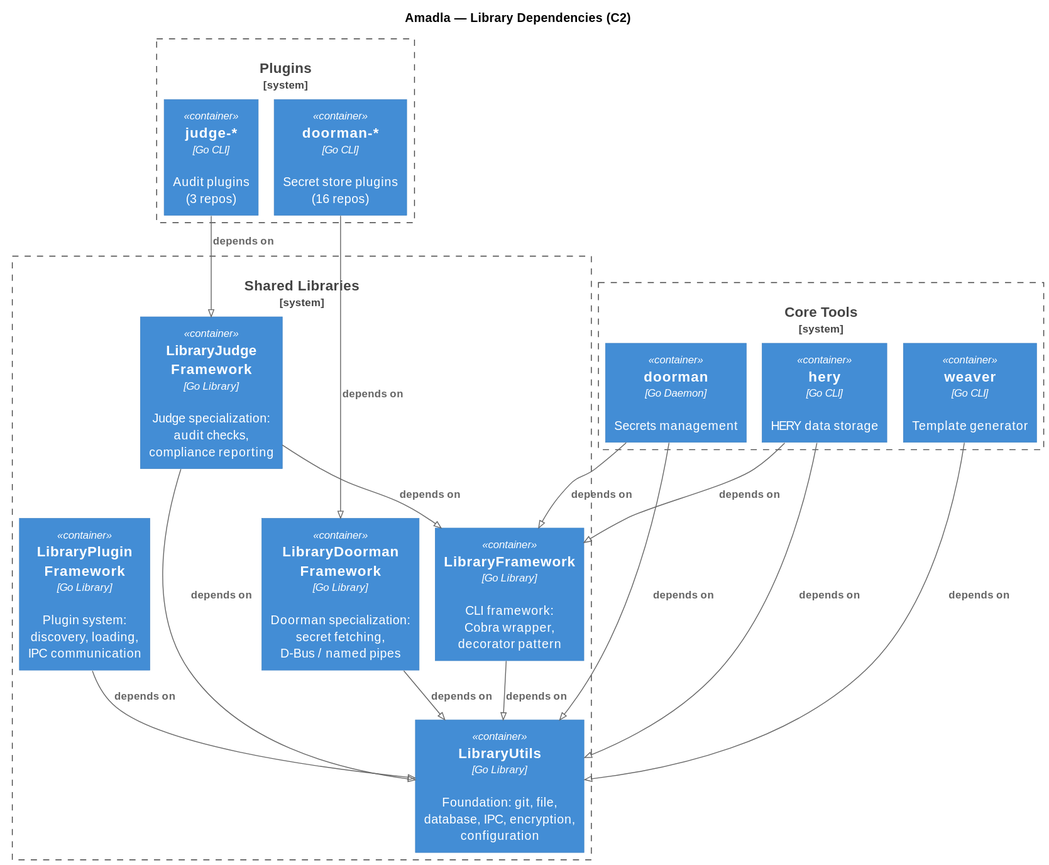
Above: docs/diagrams/out/c2-library-dependencies.svg in AmadlaOrg/AmadlaOrg.github.io (PlantUML), before the change. Source of this version:
```plantuml
@startuml
!pragma layout smetana
!define RELATIVE_INCLUDE ""
!include ../vendor/C4-PlantUML/C4_Container.puml

title Amadla — Library Dependencies (C2)

System_Boundary(libs, "Shared Libraries") {
    Container(utils, "LibraryUtils", "Go Library", "Foundation: git, file,\ndatabase, IPC, encryption,\nconfiguration")

    Container(framework, "LibraryFramework", "Go Library", "CLI framework:\nCobra wrapper,\ndecorator pattern")

    Container(pluginfw, "LibraryPlugin\nFramework", "Go Library", "Plugin system:\ndiscovery, loading,\nIPC communication")

    Container(doormanfw, "LibraryDoorman\nFramework", "Go Library", "Doorman specialization:\nsecret fetching,\nD-Bus / named pipes")

    Container(auditfw, "LibraryJudge\nFramework", "Go Library", "Judge specialization:\naudit checks,\ncompliance reporting")
}

System_Boundary(tools, "Core Tools") {
    Container(hery, "hery", "Go CLI", "HERY data storage")
    Container(doorman, "doorman", "Go Daemon", "Secrets management")
    Container(weaver, "weaver", "Go CLI", "Template generator")
}

System_Boundary(plugins, "Plugins") {
    Container(doorman_plugins, "doorman-*", "Go CLI", "Secret store plugins\n(16 repos)")
    Container(auditors, "judge-*", "Go CLI", "Audit plugins\n(3 repos)")
}

Rel(framework, utils, "depends on")
Rel(pluginfw, utils, "depends on")
Rel(doormanfw, utils, "depends on")
Rel(auditfw, utils, "depends on")
Rel(auditfw, framework, "depends on")

Rel(hery, utils, "depends on")
Rel(hery, framework, "depends on")
Rel(doorman, utils, "depends on")
Rel(doorman, framework, "depends on")
Rel(weaver, utils, "depends on")

Rel(doorman_plugins, doormanfw, "depends on")
Rel(auditors, auditfw, "depends on")
@enduml
```
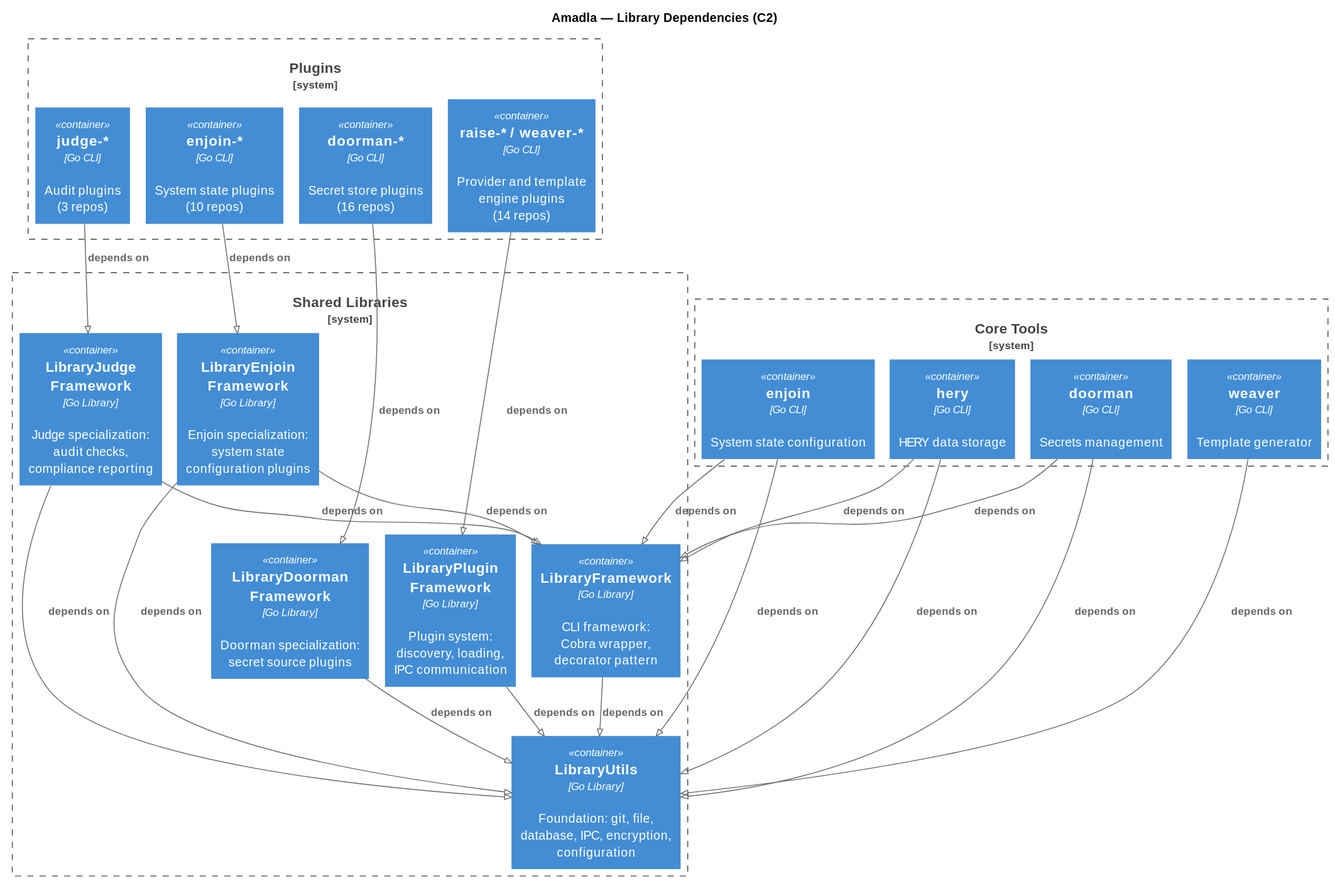
Above is the later version.

The edit, as a diff of the source:
```diff
@@ -12,34 +12,45 @@
 
     Container(pluginfw, "LibraryPlugin\nFramework", "Go Library", "Plugin system:\ndiscovery, loading,\nIPC communication")
 
-    Container(doormanfw, "LibraryDoorman\nFramework", "Go Library", "Doorman specialization:\nsecret fetching,\nD-Bus / named pipes")
+    Container(doormanfw, "LibraryDoorman\nFramework", "Go Library", "Doorman specialization:\nsecret source plugins")
 
-    Container(auditfw, "LibraryJudge\nFramework", "Go Library", "Judge specialization:\naudit checks,\ncompliance reporting")
+    Container(judgefw, "LibraryJudge\nFramework", "Go Library", "Judge specialization:\naudit checks,\ncompliance reporting")
+
+    Container(enjoinfw, "LibraryEnjoin\nFramework", "Go Library", "Enjoin specialization:\nsystem state\nconfiguration plugins")
 }
 
 System_Boundary(tools, "Core Tools") {
     Container(hery, "hery", "Go CLI", "HERY data storage")
-    Container(doorman, "doorman", "Go Daemon", "Secrets management")
+    Container(doorman, "doorman", "Go CLI", "Secrets management")
     Container(weaver, "weaver", "Go CLI", "Template generator")
+    Container(enjoin, "enjoin", "Go CLI", "System state configuration")
 }
 
 System_Boundary(plugins, "Plugins") {
     Container(doorman_plugins, "doorman-*", "Go CLI", "Secret store plugins\n(16 repos)")
-    Container(auditors, "judge-*", "Go CLI", "Audit plugins\n(3 repos)")
+    Container(judge_plugins, "judge-*", "Go CLI", "Audit plugins\n(3 repos)")
+    Container(enjoin_plugins, "enjoin-*", "Go CLI", "System state plugins\n(10 repos)")
+    Container(other_plugins, "raise-* / weaver-*", "Go CLI", "Provider and template\nengine plugins\n(14 repos)")
 }
 
 Rel(framework, utils, "depends on")
 Rel(pluginfw, utils, "depends on")
 Rel(doormanfw, utils, "depends on")
-Rel(auditfw, utils, "depends on")
-Rel(auditfw, framework, "depends on")
+Rel(judgefw, utils, "depends on")
+Rel(judgefw, framework, "depends on")
+Rel(enjoinfw, utils, "depends on")
+Rel(enjoinfw, framework, "depends on")
 
 Rel(hery, utils, "depends on")
 Rel(hery, framework, "depends on")
 Rel(doorman, utils, "depends on")
 Rel(doorman, framework, "depends on")
 Rel(weaver, utils, "depends on")
+Rel(enjoin, utils, "depends on")
+Rel(enjoin, framework, "depends on")
 
 Rel(doorman_plugins, doormanfw, "depends on")
-Rel(auditors, auditfw, "depends on")
+Rel(judge_plugins, judgefw, "depends on")
+Rel(enjoin_plugins, enjoinfw, "depends on")
+Rel(other_plugins, pluginfw, "depends on")
 @enduml
```
